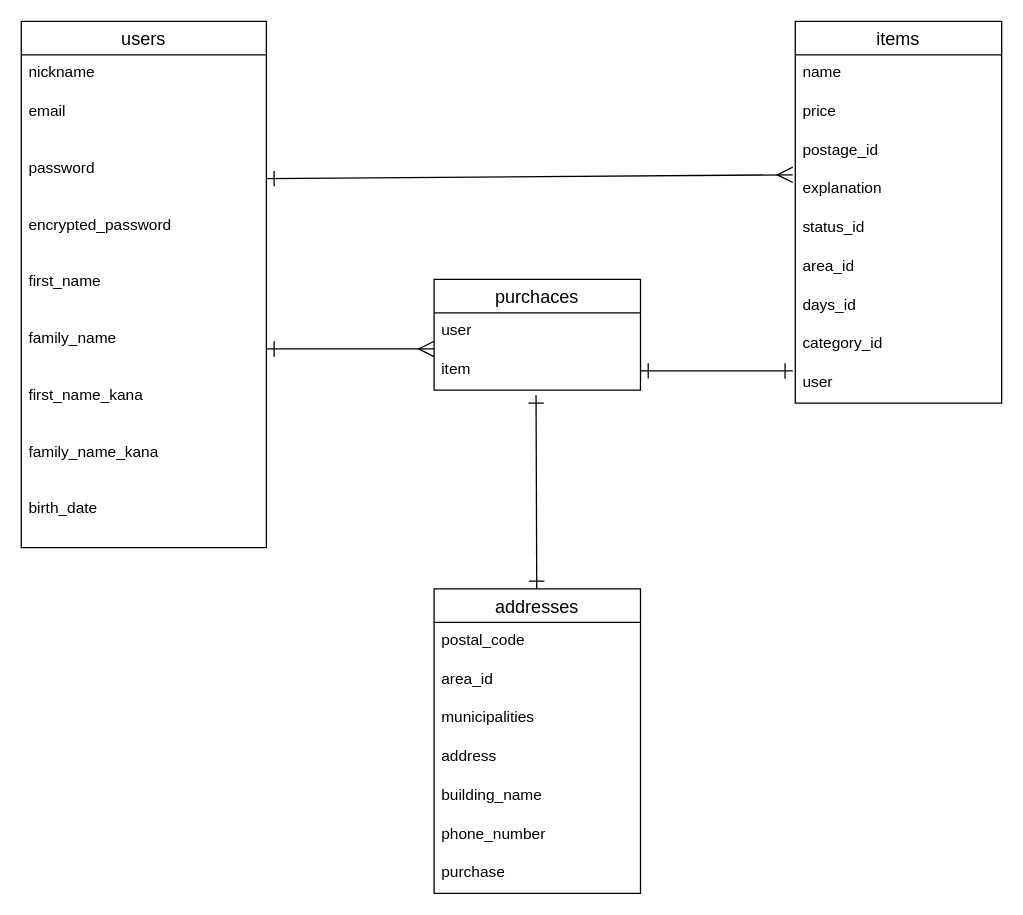
Above: ER図.dio in MaybeYuuki/furima-38254 (draw.io), before the change. Source tidied: cells renumbered, new cells numbered last; positions are measured from the earlier drawing's top-left corner, leaving out a move shared by most shapes. Both pictures are drawn from the tidied source at 129%, with x=0, y=0 at pixel (21, 21).
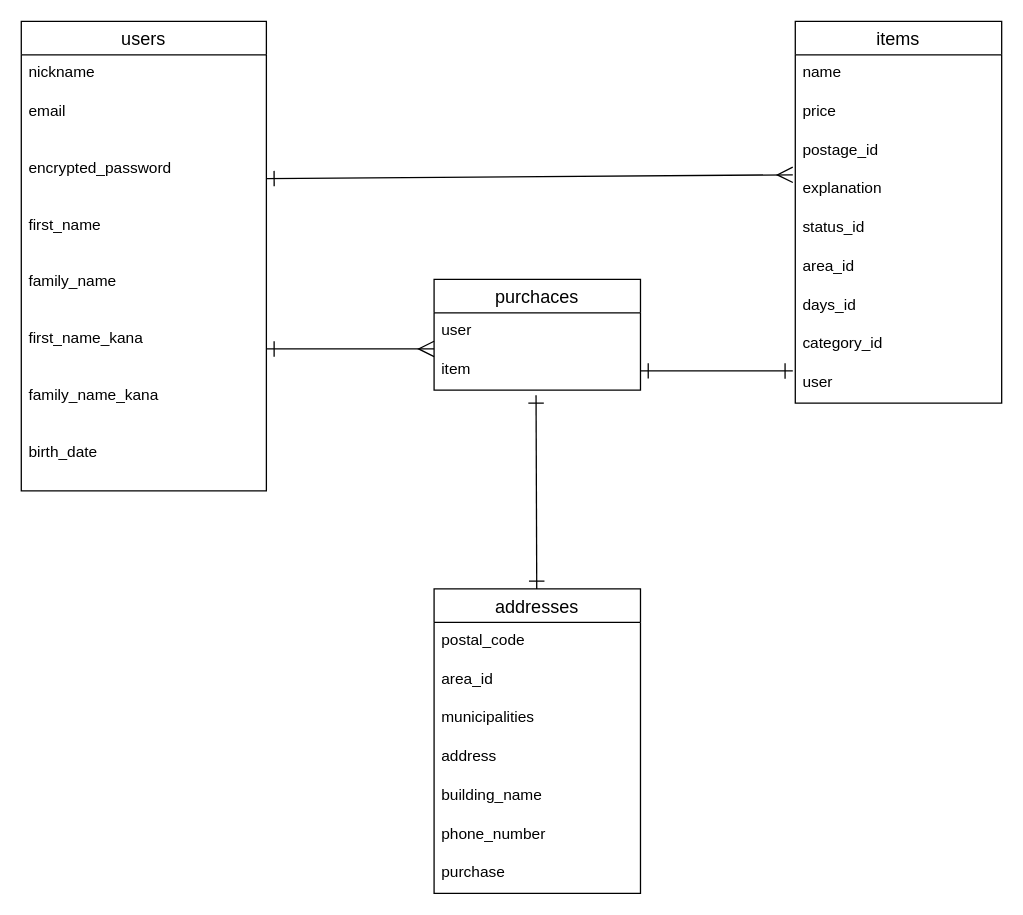
After the change.

Commit message (it also covers changes not shown here):
DB設計の修正5回目

The change refers to these unchanged cells:
```xml
<mxCell id="15" value="postage_id" style="text;strokeColor=none;fillColor=none;spacingLeft=4;spacingRight=4;overflow=hidden;points=[[0,0.5],[1,0.5]];portConstraint=eastwest;fontSize=12;" parent="12" vertex="1">
  <mxGeometry y="86" width="160" height="30" as="geometry" />
</mxCell>
```

What changed in the source:
```diff
@@
     <mxCell id="2" value="users" style="swimlane;fontStyle=0;horizontal=1;startSize=26;align=center;fontSize=14;" parent="1" vertex="1">
-      <mxGeometry width="190" height="408" as="geometry" />
+      <mxGeometry width="190" height="364" as="geometry" />
     </mxCell>
@@
-    <mxCell id="5" value="password" style="text;strokeColor=none;fillColor=none;spacingLeft=4;spacingRight=4;overflow=hidden;points=[[0,0.5],[1,0.5]];portConstraint=eastwest;fontSize=12;" parent="2" vertex="1">
-      <mxGeometry y="100" width="190" height="44" as="geometry" />
-    </mxCell>
     <mxCell id="6" value="encrypted_password" style="text;strokeColor=none;fillColor=none;spacingLeft=4;spacingRight=4;overflow=hidden;fontSize=12;" parent="2" vertex="1">
-      <mxGeometry y="144" width="190" height="44" as="geometry" />
+      <mxGeometry y="100" width="190" height="44" as="geometry" />
     </mxCell>
     <mxCell id="7" value="first_name" style="text;strokeColor=none;fillColor=none;spacingLeft=4;spacingRight=4;overflow=hidden;fontSize=12;" parent="2" vertex="1">
-      <mxGeometry y="188" width="190" height="44" as="geometry" />
+      <mxGeometry y="144" width="190" height="44" as="geometry" />
     </mxCell>
     <mxCell id="8" value="family_name" style="text;strokeColor=none;fillColor=none;spacingLeft=4;spacingRight=4;overflow=hidden;points=[[0,0.5],[1,0.5]];portConstraint=eastwest;fontSize=12;" parent="2" vertex="1">
-      <mxGeometry y="232" width="190" height="44" as="geometry" />
+      <mxGeometry y="188" width="190" height="44" as="geometry" />
     </mxCell>
     <mxCell id="9" value="first_name_kana" style="text;strokeColor=none;fillColor=none;spacingLeft=4;spacingRight=4;overflow=hidden;points=[[0,0.5],[1,0.5]];portConstraint=eastwest;fontSize=12;" parent="2" vertex="1">
-      <mxGeometry y="276" width="190" height="44" as="geometry" />
+      <mxGeometry y="232" width="190" height="44" as="geometry" />
     </mxCell>
     <mxCell id="10" value="family_name_kana" style="text;strokeColor=none;fillColor=none;spacingLeft=4;spacingRight=4;overflow=hidden;fontSize=12;" parent="2" vertex="1">
-      <mxGeometry y="320" width="190" height="44" as="geometry" />
+      <mxGeometry y="276" width="190" height="44" as="geometry" />
     </mxCell>
     <mxCell id="11" value="birth_date" style="text;strokeColor=none;fillColor=none;spacingLeft=4;spacingRight=4;overflow=hidden;fontSize=12;" parent="2" vertex="1">
-      <mxGeometry y="364" width="190" height="44" as="geometry" />
+      <mxGeometry y="320" width="190" height="44" as="geometry" />
     </mxCell>
@@
-    <mxCell id="34" style="edgeStyle=none;html=1;exitX=1;exitY=0.5;exitDx=0;exitDy=0;entryX=-0.012;entryY=1.1;entryDx=0;entryDy=0;endArrow=ERmany;endFill=0;entryPerimeter=0;startArrow=ERone;startFill=0;endSize=10;startSize=10;" parent="1" edge="1" source="5" target="15">
-      <mxGeometry relative="1" as="geometry" />
+    <mxCell id="34" style="edgeStyle=none;html=1;exitX=1;exitY=0.5;exitDx=0;exitDy=0;entryX=-0.012;entryY=1.1;entryDx=0;entryDy=0;endArrow=ERmany;endFill=0;entryPerimeter=0;startArrow=ERone;startFill=0;endSize=10;startSize=10;" parent="1" edge="1" target="15">
+      <mxGeometry relative="1" as="geometry">
+        <mxPoint x="190" y="122" as="sourcePoint" />
+      </mxGeometry>
     </mxCell>
-    <mxCell id="35" style="edgeStyle=none;html=1;exitX=1;exitY=0.5;exitDx=0;exitDy=0;startArrow=ERone;startFill=0;endArrow=ERmany;endFill=0;endSize=10;startSize=10;" parent="1" edge="1" source="8">
+    <mxCell id="35" style="edgeStyle=none;html=1;exitX=1;exitY=0.5;exitDx=0;exitDy=0;startArrow=ERone;startFill=0;endArrow=ERmany;endFill=0;endSize=10;startSize=10;" parent="1" edge="1" source="9">
       <mxGeometry relative="1" as="geometry">
         <mxPoint x="320" y="254" as="targetPoint" />
       </mxGeometry>
     </mxCell>
```
